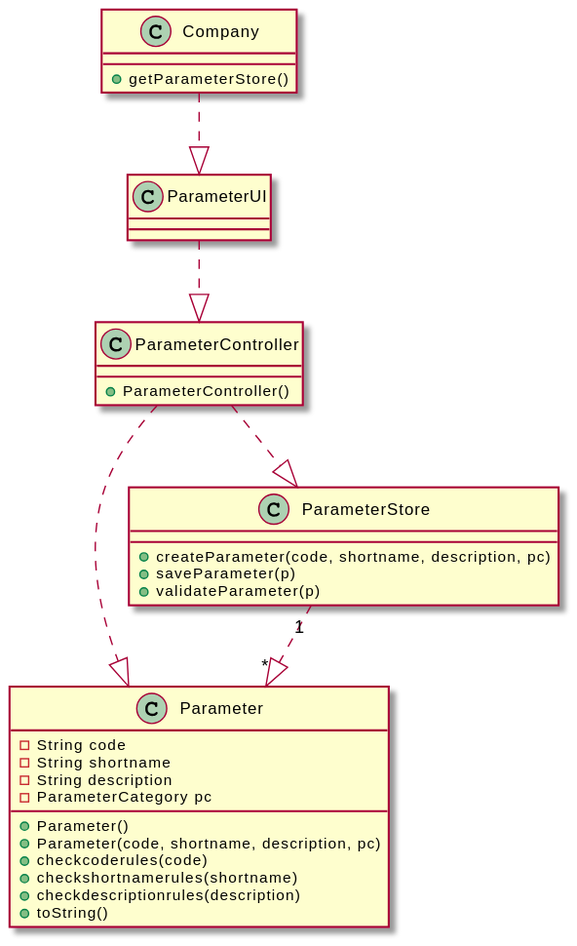
Above: docs/SprintB/US_10/US10_CD.svg in RuiRioPina/LAPR2-20-21 (PlantUML), before the change.
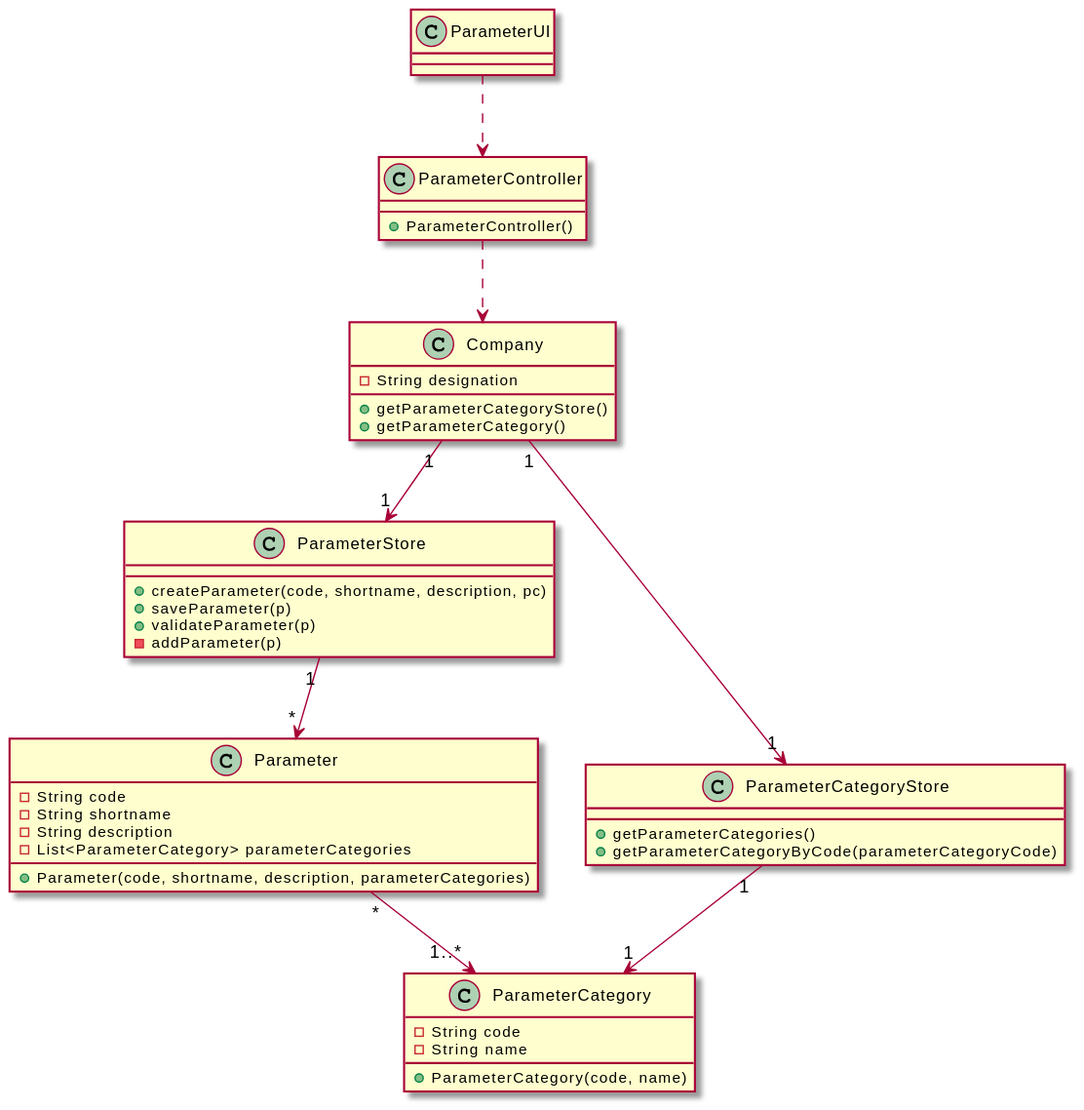
After the commit.

Commit message:
Correcting errors in US10 file [US-10]

Diff of the diagram source:
```diff
@@ -1,34 +1,42 @@
 @startuml
 Class "Company"{
-+getParameterStore()
+-String designation
++getParameterCategoryStore()
++getParameterCategory()
 }
 Class "Parameter"{
 -String code
 -String shortname
 -String description
--ParameterCategory pc
-+Parameter()
-+Parameter(code, shortname, description, pc)
-+checkcoderules(code)
-+checkshortnamerules(shortname)
-+checkdescriptionrules(description)
-+toString()
+-List<ParameterCategory> parameterCategories
++Parameter(code, shortname, description, parameterCategories)
 }
 Class "ParameterStore"{
 +createParameter(code, shortname, description, pc)
 +saveParameter(p)
 +validateParameter(p)
+-addParameter(p)
 }
 
 Class "ParameterController"{
 +ParameterController()
 }
+class ParameterCategory {
+  -String code
+  -String name
+  +ParameterCategory(code, name)
+}
 
-Class "ParameterUI"
+class ParameterCategoryStore {
+  +getParameterCategories()
+  +getParameterCategoryByCode(parameterCategoryCode)
+}
 
-Company ..|> ParameterUI
-ParameterUI ..|> ParameterController
-ParameterController ..|> ParameterStore
-ParameterController ..|> Parameter
-ParameterStore "1" ..|> "*"Parameter
+ParameterUI ..> ParameterController
+ParameterController ..> Company
+Company"1"-->"1" ParameterStore
+ParameterStore "1" --> "*"Parameter
+Company "1"-->"1" ParameterCategoryStore
+ParameterCategoryStore "1" --> "1"ParameterCategory
+Parameter"*" --> "1..*"ParameterCategory
 @enduml
```
